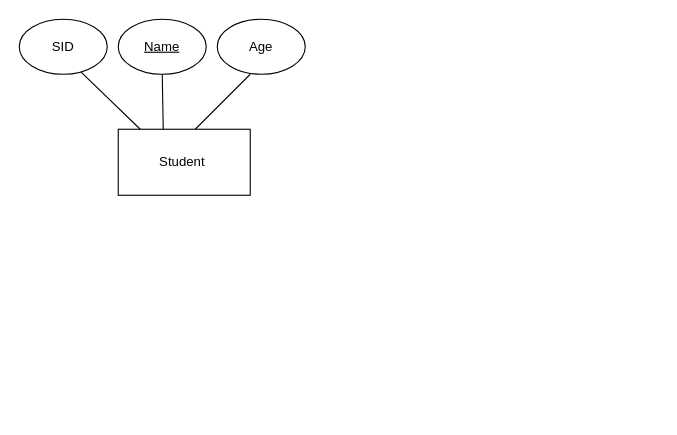
The draw.io diagram Untitled Diagram.drawio in psaghafi/SQL-ER-Diagram, before the edit. Source tidied: cells renumbered, new cells numbered last; positions are measured from the earlier drawing's top-left corner, leaving out a move shared by most shapes. Both pictures are drawn from the tidied source at 110%, with x=0, y=0 at pixel (19, 19).
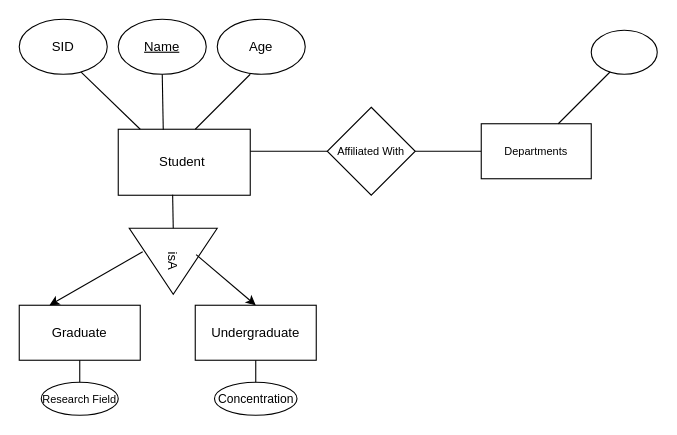
The same page after the edit.

The change refers to these unchanged cells:
```xml
<mxCell id="2" value="Student&amp;nbsp;" style="rounded=0;whiteSpace=wrap;html=1;" parent="1" vertex="1">
  <mxGeometry x="90" y="100" width="120" height="60" as="geometry" />
</mxCell>
```

What changed in the source:
```diff
@@
+    <mxCell id="9" value="isA" style="triangle;whiteSpace=wrap;html=1;rotation=90;" parent="1" vertex="1">
+      <mxGeometry x="110" y="180" width="60" height="80" as="geometry" />
+    </mxCell>
+    <mxCell id="10" style="endArrow=none;html=1;rounded=0;exitX=0;exitY=0.5;exitDx=0;exitDy=0;entryX=0.412;entryY=0.993;entryDx=0;entryDy=0;entryPerimeter=0;" parent="1" edge="1" source="9" target="2">
+      <mxGeometry relative="1" as="geometry" />
+    </mxCell>
+    <mxCell id="11" value="Graduate" style="rounded=0;whiteSpace=wrap;html=1;" parent="1" vertex="1">
+      <mxGeometry y="260" width="110" height="50" as="geometry" />
+    </mxCell>
+    <mxCell id="12" value="Undergraduate" style="rounded=0;whiteSpace=wrap;html=1;" parent="1" vertex="1">
+      <mxGeometry x="160" y="260" width="110" height="50" as="geometry" />
+    </mxCell>
+    <mxCell id="13" value="&lt;font style=&quot;font-size: 10px&quot;&gt;Research Field&lt;/font&gt;" style="ellipse;whiteSpace=wrap;html=1;" parent="1" vertex="1">
+      <mxGeometry x="20" y="330" width="70" height="30" as="geometry" />
+    </mxCell>
+    <mxCell id="14" value="&lt;font style=&quot;font-size: 11px&quot;&gt;Concentration&lt;/font&gt;" style="ellipse;whiteSpace=wrap;html=1;" parent="1" vertex="1">
+      <mxGeometry x="177.5" y="330" width="75" height="30" as="geometry" />
+    </mxCell>
+    <mxCell id="15" style="endArrow=classic;html=1;rounded=0;fontSize=10;entryX=0.5;entryY=0;entryDx=0;entryDy=0;exitX=0.4;exitY=0.24;exitDx=0;exitDy=0;exitPerimeter=0;" parent="1" edge="1" source="9" target="12">
+      <mxGeometry relative="1" as="geometry" />
+    </mxCell>
+    <mxCell id="16" style="endArrow=classic;html=1;rounded=0;fontSize=10;entryX=0.25;entryY=0;entryDx=0;entryDy=0;exitX=0.356;exitY=0.847;exitDx=0;exitDy=0;exitPerimeter=0;" parent="1" edge="1" source="9" target="11">
+      <mxGeometry relative="1" as="geometry" />
+    </mxCell>
+    <mxCell id="17" style="endArrow=none;html=1;rounded=0;fontSize=10;entryX=0.5;entryY=1;entryDx=0;entryDy=0;exitX=0.5;exitY=0;exitDx=0;exitDy=0;" parent="1" edge="1" source="13" target="11">
+      <mxGeometry relative="1" as="geometry" />
+    </mxCell>
+    <mxCell id="18" style="endArrow=none;html=1;rounded=0;fontSize=10;exitX=0.5;exitY=0;exitDx=0;exitDy=0;entryX=0.5;entryY=1;entryDx=0;entryDy=0;" parent="1" edge="1" source="14" target="12">
+      <mxGeometry relative="1" as="geometry" />
+    </mxCell>
+    <mxCell id="19" value="Affiliated With" style="rhombus;whiteSpace=wrap;html=1;fontSize=10;" parent="1" vertex="1">
+      <mxGeometry x="280" y="80" width="80" height="80" as="geometry" />
+    </mxCell>
+    <mxCell id="20" style="endArrow=none;html=1;rounded=0;fontSize=10;entryX=0;entryY=0.5;entryDx=0;entryDy=0;" parent="1" edge="1" target="19">
+      <mxGeometry relative="1" as="geometry">
+        <mxPoint x="210" y="120" as="sourcePoint" />
+      </mxGeometry>
+    </mxCell>
+    <mxCell id="21" style="endArrow=none;html=1;rounded=0;fontSize=10;" parent="1" edge="1" target="22">
+      <mxGeometry relative="1" as="geometry">
+        <mxPoint x="360" y="120" as="sourcePoint" />
+      </mxGeometry>
+    </mxCell>
+    <mxCell id="22" value="Departments" style="rounded=0;whiteSpace=wrap;html=1;fontSize=10;" parent="1" vertex="1">
+      <mxGeometry x="420" y="95" width="100" height="50" as="geometry" />
+    </mxCell>
+    <mxCell id="23" style="endArrow=none;html=1;rounded=0;fontSize=10;" parent="1" edge="1">
+      <mxGeometry relative="1" as="geometry">
+        <mxPoint x="490" y="95" as="sourcePoint" />
+        <mxPoint x="540" y="45" as="targetPoint" />
+      </mxGeometry>
+    </mxCell>
+    <mxCell id="24" style="ellipse;whiteSpace=wrap;html=1;fontSize=10;" parent="1" vertex="1">
+      <mxGeometry x="520" y="10" width="60" height="40" as="geometry" />
+    </mxCell>
```
